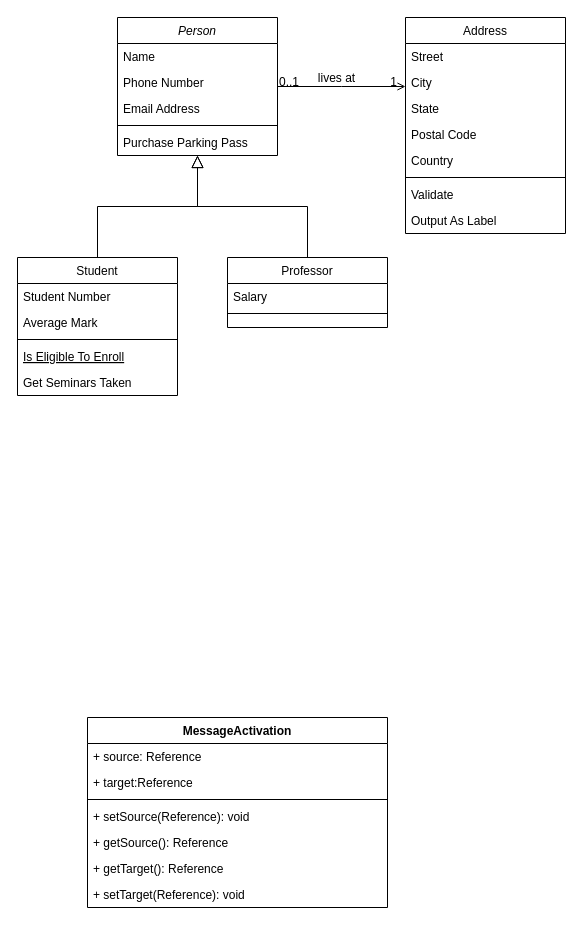
The draw.io diagram simulation.drawio in ImAlien/Diagrams, before the edit. Source tidied: cells renumbered, new cells numbered last; positions are measured from the earlier drawing's top-left corner, leaving out a move shared by most shapes. Both pictures are drawn from the tidied source at 100%, with x=0, y=0 at pixel (17, 17).
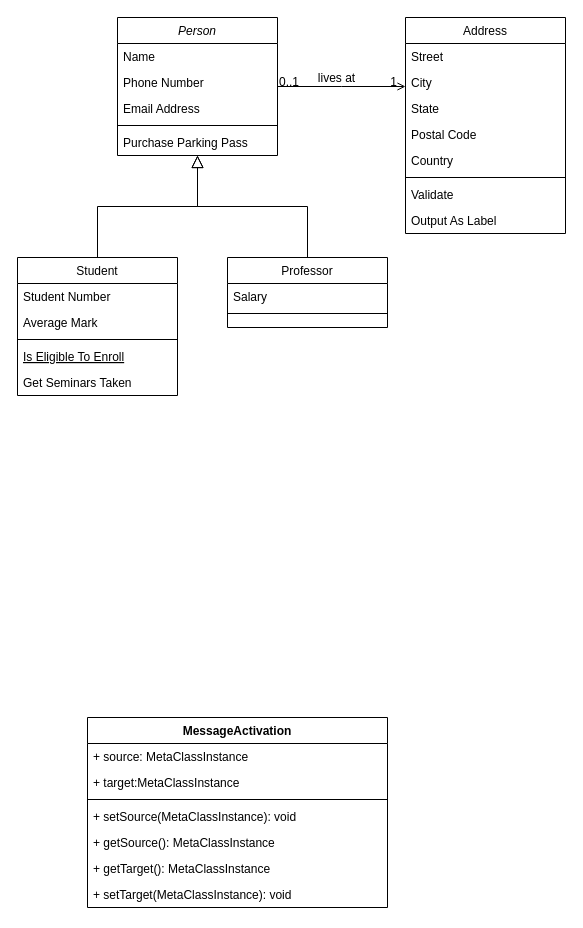
The same diagram, later.

The change refers to these unchanged cells:
```xml
<mxCell id="32" value="MessageActivation" style="swimlane;fontStyle=1;align=center;verticalAlign=top;horizontal=1;startSize=26;" parent="1" vertex="1">
  <mxGeometry x="70" y="700" width="300" height="190" as="geometry" />
</mxCell>
```

What changed in the source:
```diff
@@
-    <mxCell id="33" value="+ source: Reference&#10;" style="text;strokeColor=none;fillColor=none;align=left;verticalAlign=top;spacingLeft=4;spacingRight=4;overflow=hidden;" parent="32" vertex="1">
+    <mxCell id="33" value="+ source: MetaClassInstance" style="text;strokeColor=none;fillColor=none;align=left;verticalAlign=top;spacingLeft=4;spacingRight=4;overflow=hidden;" parent="32" vertex="1">
       <mxGeometry y="26" width="300" height="26" as="geometry" />
     </mxCell>
-    <mxCell id="34" value="+ target:Reference " style="text;strokeColor=none;fillColor=none;align=left;verticalAlign=top;spacingLeft=4;spacingRight=4;overflow=hidden;" parent="32" vertex="1">
+    <mxCell id="34" value="+ target:MetaClassInstance " style="text;strokeColor=none;fillColor=none;align=left;verticalAlign=top;spacingLeft=4;spacingRight=4;overflow=hidden;" parent="32" vertex="1">
       <mxGeometry y="52" width="300" height="26" as="geometry" />
     </mxCell>
@@
-    <mxCell id="36" value="+ setSource(Reference): void&#10;" style="text;strokeColor=none;fillColor=none;align=left;verticalAlign=top;spacingLeft=4;spacingRight=4;overflow=hidden;" parent="32" vertex="1">
+    <mxCell id="36" value="+ setSource(MetaClassInstance): void&#10;" style="text;strokeColor=none;fillColor=none;align=left;verticalAlign=top;spacingLeft=4;spacingRight=4;overflow=hidden;" parent="32" vertex="1">
       <mxGeometry y="86" width="300" height="26" as="geometry" />
     </mxCell>
-    <mxCell id="37" value="+ getSource(): Reference&#10;" style="text;strokeColor=none;fillColor=none;align=left;verticalAlign=top;spacingLeft=4;spacingRight=4;overflow=hidden;" parent="32" vertex="1">
+    <mxCell id="37" value="+ getSource(): MetaClassInstance" style="text;strokeColor=none;fillColor=none;align=left;verticalAlign=top;spacingLeft=4;spacingRight=4;overflow=hidden;" parent="32" vertex="1">
       <mxGeometry y="112" width="300" height="26" as="geometry" />
     </mxCell>
-    <mxCell id="38" value="+ getTarget(): Reference&#10;" style="text;strokeColor=none;fillColor=none;align=left;verticalAlign=top;spacingLeft=4;spacingRight=4;overflow=hidden;" parent="32" vertex="1">
+    <mxCell id="38" value="+ getTarget(): MetaClassInstance" style="text;strokeColor=none;fillColor=none;align=left;verticalAlign=top;spacingLeft=4;spacingRight=4;overflow=hidden;" parent="32" vertex="1">
       <mxGeometry y="138" width="300" height="26" as="geometry" />
     </mxCell>
-    <mxCell id="39" value="+ setTarget(Reference): void&#10;" style="text;strokeColor=none;fillColor=none;align=left;verticalAlign=top;spacingLeft=4;spacingRight=4;overflow=hidden;" parent="32" vertex="1">
+    <mxCell id="39" value="+ setTarget(MetaClassInstance): void&#10;" style="text;strokeColor=none;fillColor=none;align=left;verticalAlign=top;spacingLeft=4;spacingRight=4;overflow=hidden;" parent="32" vertex="1">
       <mxGeometry y="164" width="300" height="26" as="geometry" />
     </mxCell>
```
